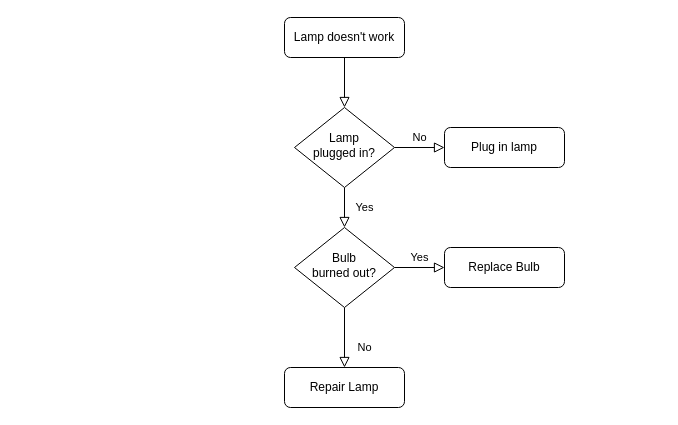
This is CMM.drawio from KAD-GIT/drawio-desktop, a draw.io file, before an edit. Source tidied: cells renumbered, new cells numbered last; positions are measured from the earlier drawing's top-left corner, leaving out a move shared by most shapes. Both pictures are drawn from the tidied source at 100%, with x=0, y=0 at pixel (284, 17).
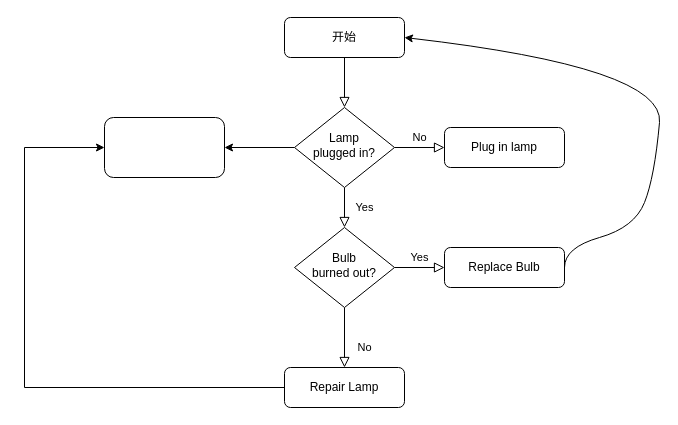
Above is the later version.

The change refers to these unchanged cells:
```xml
<mxCell id="6" value="Lamp&lt;br&gt;plugged in?" style="rhombus;whiteSpace=wrap;html=1;shadow=0;fontFamily=Helvetica;fontSize=12;align=center;strokeWidth=1;spacing=6;spacingTop=-4;" parent="1" vertex="1">
  <mxGeometry x="10" y="90" width="100" height="80" as="geometry" />
</mxCell>
<mxCell id="11" value="Repair Lamp" style="rounded=1;whiteSpace=wrap;html=1;fontSize=12;glass=0;strokeWidth=1;shadow=0;" parent="1" vertex="1">
  <mxGeometry y="350" width="120" height="40" as="geometry" />
</mxCell>
<mxCell id="12" value="Replace Bulb" style="rounded=1;whiteSpace=wrap;html=1;fontSize=12;glass=0;strokeWidth=1;shadow=0;" parent="1" vertex="1">
  <mxGeometry x="160" y="230" width="120" height="40" as="geometry" />
</mxCell>
```

Diff of the diagram source:
```diff
@@
-    <mxCell id="3" value="Lamp doesn't work" style="rounded=1;whiteSpace=wrap;html=1;fontSize=12;glass=0;strokeWidth=1;shadow=0;" parent="1" vertex="1">
+    <mxCell id="3" value="开始" style="rounded=1;whiteSpace=wrap;html=1;fontSize=12;glass=0;strokeWidth=1;shadow=0;" parent="1" vertex="1">
       <mxGeometry width="120" height="40" as="geometry" />
     </mxCell>
@@
+    <mxCell id="13" style="edgeStyle=orthogonalEdgeStyle;rounded=0;jettySize=auto;html=1;" parent="1" edge="1" source="6" target="15">
+      <mxGeometry relative="1" as="geometry" />
+    </mxCell>
@@
+    <mxCell id="14" style="edgeStyle=orthogonalEdgeStyle;rounded=0;jettySize=auto;html=1;entryX=0;entryY=0.5;entryDx=0;entryDy=0;" parent="1" edge="1" source="11" target="15">
+      <mxGeometry relative="1" as="geometry">
+        <Array as="points">
+          <mxPoint x="-260" y="370" />
+          <mxPoint x="-260" y="130" />
+        </Array>
+      </mxGeometry>
+    </mxCell>
@@
+    <mxCell id="15" style="rounded=1;whiteSpace=wrap;html=1;shadow=0;strokeWidth=1;spacing=6;spacingTop=-4;" parent="1" vertex="1">
+      <mxGeometry x="-180" y="100" width="120" height="60" as="geometry" />
+    </mxCell>
+    <mxCell id="16" style="curved=1;endArrow=classic;html=1;rounded=0;entryX=1;entryY=0.5;entryDx=0;entryDy=0;exitX=1;exitY=0.5;exitDx=0;exitDy=0;" parent="1" edge="1" source="12" target="3">
+      <mxGeometry relative="1" as="geometry">
+        <Array as="points">
+          <mxPoint x="280" y="230" />
+          <mxPoint x="350" y="210" />
+          <mxPoint x="370" y="160" />
+          <mxPoint x="380" y="50" />
+        </Array>
+      </mxGeometry>
+    </mxCell>
```
